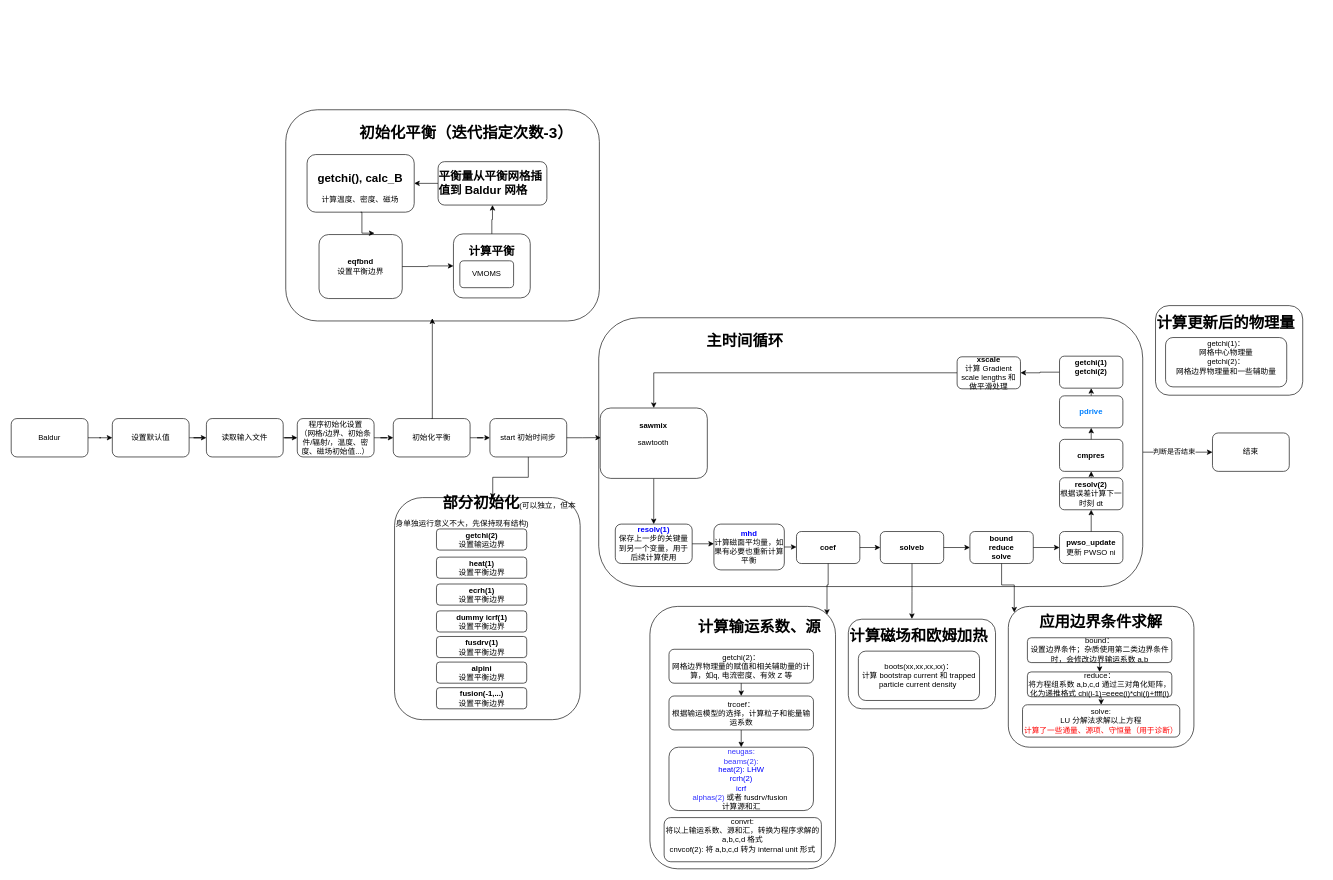
Before: page "061525" (8 of 8) of Baldur.drawio in jiaxing-liu/flowchart, a draw.io diagram. Source tidied: cells renumbered, new cells numbered last; positions are measured from the earlier drawing's top-left corner, leaving out a move shared by most shapes. Both pictures are drawn from the tidied source at 64%, with x=0, y=0 at pixel (11, 11).
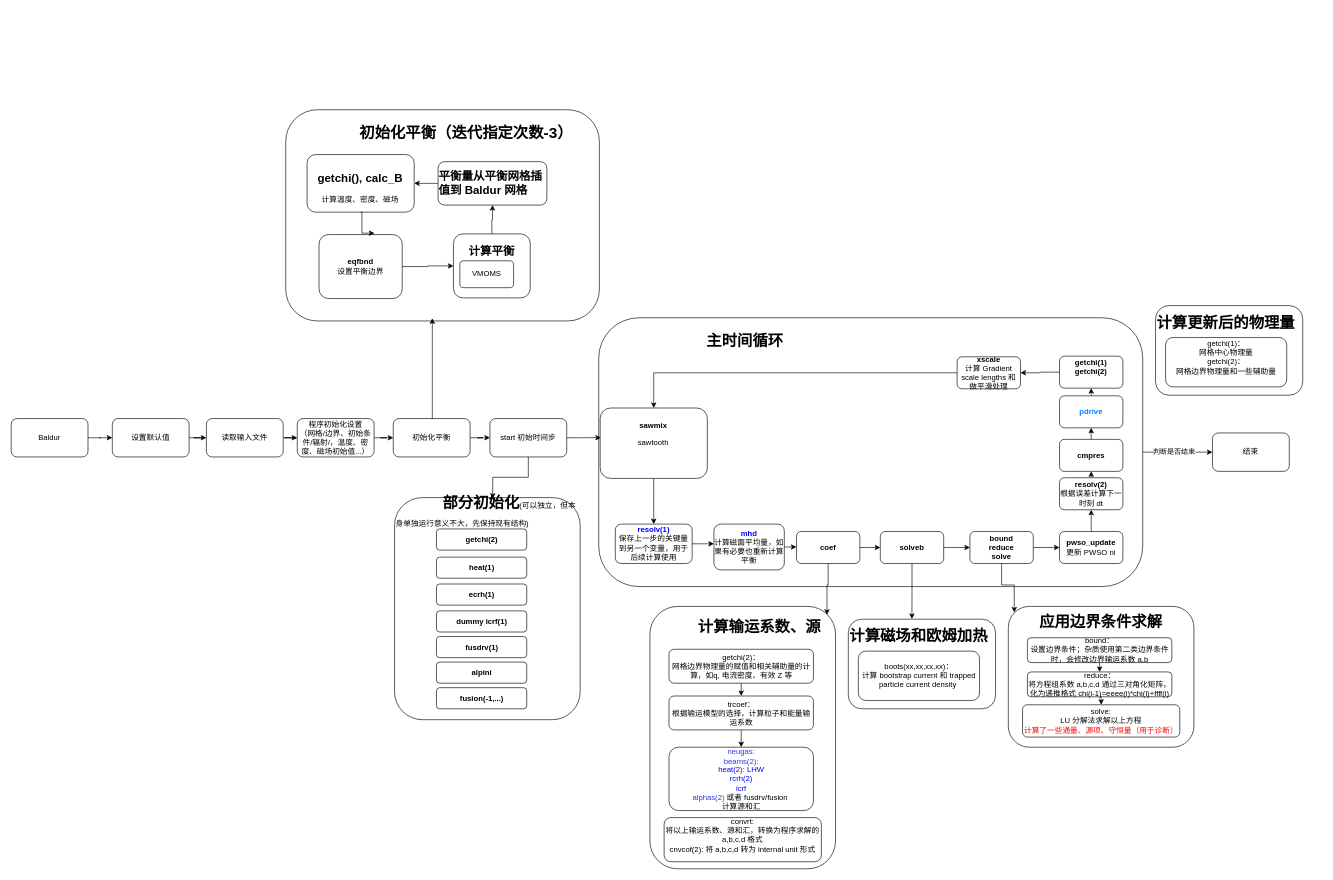
After the change.

The change refers to these unchanged cells:
```xml
<mxCell id="34" style="group;" parent="33" vertex="1">
  <mxGeometry width="141" height="33" as="geometry" />
</mxCell>
<mxCell id="37" style="group;" parent="36" vertex="1">
  <mxGeometry width="141" height="33" as="geometry" />
</mxCell>
<mxCell id="40" style="group;" parent="39" vertex="1">
  <mxGeometry width="141" height="33" as="geometry" />
</mxCell>
<mxCell id="43" style="group;" parent="42" vertex="1">
  <mxGeometry width="141" height="33" as="geometry" />
</mxCell>
<mxCell id="46" style="group;" parent="45" vertex="1">
  <mxGeometry width="141" height="33" as="geometry" />
</mxCell>
<mxCell id="49" style="group;" parent="48" vertex="1">
  <mxGeometry width="141" height="33" as="geometry" />
</mxCell>
<mxCell id="52" style="group;" parent="51" vertex="1">
  <mxGeometry width="141" height="33" as="geometry" />
</mxCell>
```

Diff of the diagram source:
```diff
@@
-    <mxCell id="35" value="&lt;div&gt;&lt;b&gt;getchi(2)&lt;/b&gt;&lt;/div&gt;设置输运边界" style="rounded=1;whiteSpace=wrap;html=1;" parent="34" vertex="1">
+    <mxCell id="35" value="&lt;div&gt;&lt;b&gt;getchi(2)&lt;/b&gt;&lt;/div&gt;" style="rounded=1;whiteSpace=wrap;html=1;" parent="34" vertex="1">
       <mxGeometry width="141" height="33" as="geometry" />
     </mxCell>
@@
-    <mxCell id="38" value="&lt;div&gt;&lt;b&gt;heat(1)&lt;/b&gt;&lt;/div&gt;设置平衡边界" style="rounded=1;whiteSpace=wrap;html=1;" parent="37" vertex="1">
+    <mxCell id="38" value="&lt;div&gt;&lt;b&gt;heat(1)&lt;/b&gt;&lt;/div&gt;" style="rounded=1;whiteSpace=wrap;html=1;" parent="37" vertex="1">
       <mxGeometry width="141" height="33" as="geometry" />
     </mxCell>
@@
-    <mxCell id="41" value="&lt;div&gt;&lt;b&gt;ecrh(1)&lt;/b&gt;&lt;/div&gt;设置平衡边界" style="rounded=1;whiteSpace=wrap;html=1;" parent="40" vertex="1">
+    <mxCell id="41" value="&lt;div&gt;&lt;b&gt;ecrh(1)&lt;/b&gt;&lt;/div&gt;" style="rounded=1;whiteSpace=wrap;html=1;" parent="40" vertex="1">
       <mxGeometry width="141" height="33" as="geometry" />
     </mxCell>
@@
-    <mxCell id="44" value="&lt;div&gt;&lt;b&gt;dummy icrf(1)&lt;/b&gt;&lt;/div&gt;设置平衡边界" style="rounded=1;whiteSpace=wrap;html=1;" parent="43" vertex="1">
+    <mxCell id="44" value="&lt;div&gt;&lt;b&gt;dummy icrf(1)&lt;/b&gt;&lt;/div&gt;" style="rounded=1;whiteSpace=wrap;html=1;" parent="43" vertex="1">
       <mxGeometry width="141" height="33" as="geometry" />
     </mxCell>
@@
-    <mxCell id="47" value="&lt;div&gt;&lt;b&gt;fusdrv(1)&lt;/b&gt;&lt;/div&gt;设置平衡边界" style="rounded=1;whiteSpace=wrap;html=1;" parent="46" vertex="1">
+    <mxCell id="47" value="&lt;div&gt;&lt;b&gt;fusdrv(1)&lt;/b&gt;&lt;/div&gt;" style="rounded=1;whiteSpace=wrap;html=1;" parent="46" vertex="1">
       <mxGeometry width="141" height="33" as="geometry" />
     </mxCell>
@@
-    <mxCell id="50" value="&lt;div&gt;&lt;b&gt;fusion(-1,...)&lt;/b&gt;&lt;/div&gt;设置平衡边界" style="rounded=1;whiteSpace=wrap;html=1;" parent="49" vertex="1">
+    <mxCell id="50" value="&lt;div&gt;&lt;b&gt;fusion(-1,...)&lt;/b&gt;&lt;/div&gt;" style="rounded=1;whiteSpace=wrap;html=1;" parent="49" vertex="1">
       <mxGeometry width="141" height="33" as="geometry" />
     </mxCell>
@@
-    <mxCell id="53" value="&lt;div&gt;&lt;b&gt;alpini&lt;/b&gt;&lt;/div&gt;设置平衡边界" style="rounded=1;whiteSpace=wrap;html=1;" parent="52" vertex="1">
+    <mxCell id="53" value="&lt;div&gt;&lt;b&gt;alpini&lt;/b&gt;&lt;/div&gt;" style="rounded=1;whiteSpace=wrap;html=1;" parent="52" vertex="1">
       <mxGeometry width="141" height="33" as="geometry" />
     </mxCell>
```
